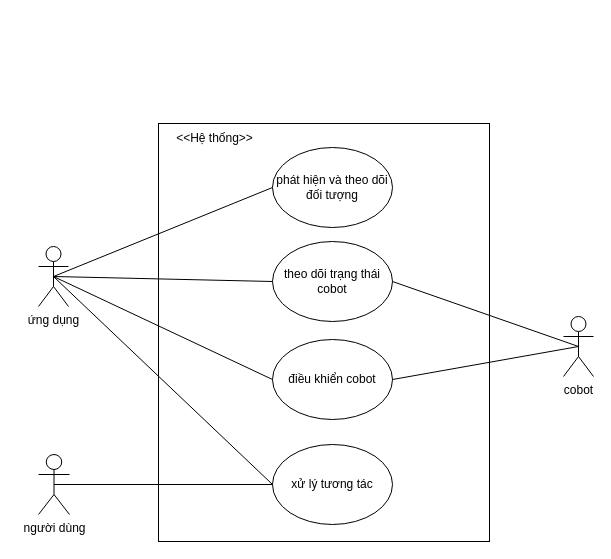
The draw.io diagram page "Page-1" (1 of 9) of user_diagram.drawio in LTDat-HustK65/GP_main_system, before the edit. Source tidied: cells renumbered, new cells numbered last; positions are measured from the earlier drawing's top-left corner, leaving out a move shared by most shapes. Both pictures are drawn from the tidied source at 100%, with x=0, y=0 at pixel (38, 123).
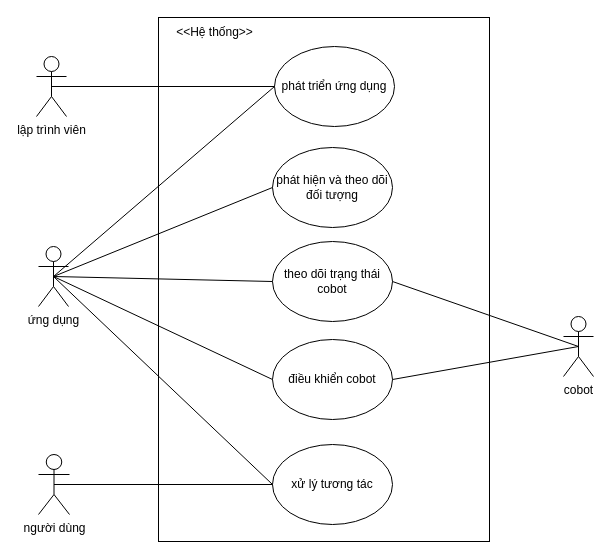
Above is the later version.

The change refers to these unchanged cells:
```xml
<mxCell id="5" value="ứng dụng" style="shape=umlActor;verticalLabelPosition=bottom;verticalAlign=top;html=1;outlineConnect=0;" parent="1" vertex="1">
  <mxGeometry y="123" width="30" height="60" as="geometry" />
</mxCell>
```

Change to the diagram source:
```diff
@@
     <mxCell id="3" style="rounded=0;whiteSpace=wrap;html=1;align=center;" parent="1" vertex="1">
-      <mxGeometry x="120" width="331" height="418" as="geometry" />
+      <mxGeometry x="120" y="-106" width="331" height="524" as="geometry" />
     </mxCell>
     <mxCell id="4" value="&amp;lt;&amp;lt;Hệ thống&amp;gt;&amp;gt;" style="text;html=1;align=center;verticalAlign=middle;whiteSpace=wrap;rounded=0;" parent="1" vertex="1">
-      <mxGeometry x="120" width="113" height="30" as="geometry" />
+      <mxGeometry x="120" y="-106" width="113" height="30" as="geometry" />
     </mxCell>
@@
+    <mxCell id="18" value="phát triển ứng dụng" style="ellipse;whiteSpace=wrap;html=1;" parent="1" vertex="1">
+      <mxGeometry x="236" y="-77" width="120" height="80" as="geometry" />
+    </mxCell>
+    <mxCell id="19" value="lập trình viên" style="shape=umlActor;verticalLabelPosition=bottom;verticalAlign=top;html=1;outlineConnect=0;" parent="1" vertex="1">
+      <mxGeometry x="-2" y="-67" width="30" height="60" as="geometry" />
+    </mxCell>
+    <mxCell id="20" style="endArrow=none;html=1;rounded=0;exitX=0.5;exitY=0.5;exitDx=0;exitDy=0;exitPerimeter=0;entryX=0;entryY=0.5;entryDx=0;entryDy=0;" parent="1" edge="1" source="19" target="18">
+      <mxGeometry relative="1" as="geometry" />
+    </mxCell>
+    <mxCell id="21" style="endArrow=none;html=1;rounded=0;exitX=0.5;exitY=0.5;exitDx=0;exitDy=0;exitPerimeter=0;entryX=0;entryY=0.5;entryDx=0;entryDy=0;" parent="1" edge="1" source="5" target="18">
+      <mxGeometry relative="1" as="geometry" />
+    </mxCell>
```
